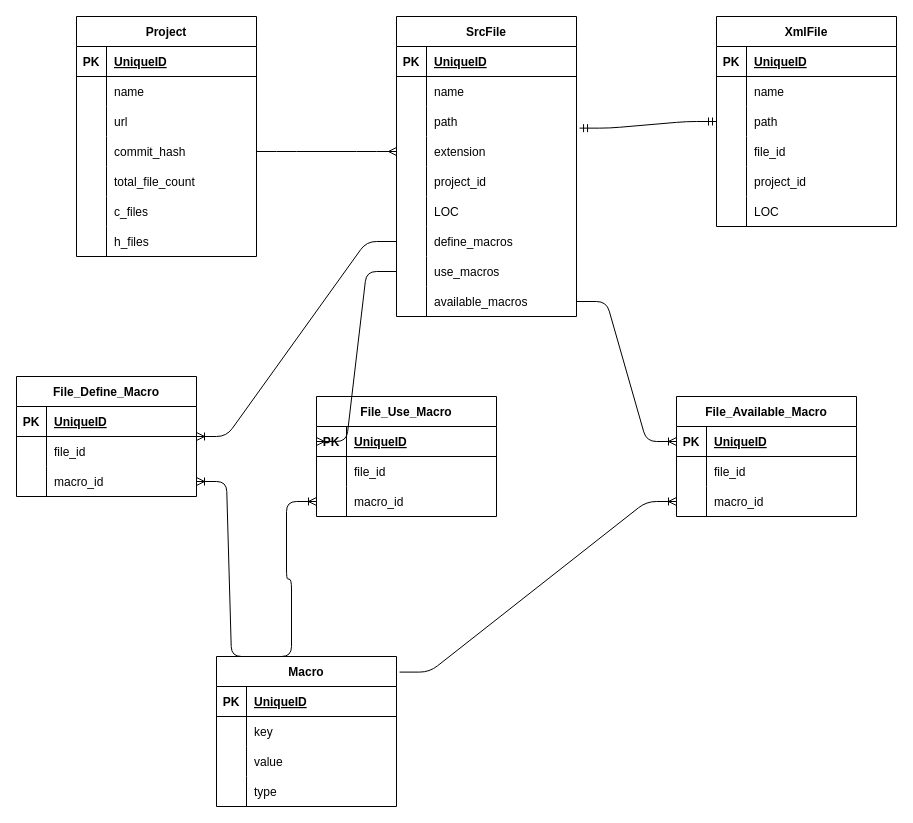
Above: table.drawio in tamofplease/c_macro_variable_analysis (draw.io), before the change. Source tidied: cells renumbered, new cells numbered last; positions are measured from the earlier drawing's top-left corner, leaving out a move shared by most shapes. Both pictures are drawn from the tidied source at 100%, with x=0, y=0 at pixel (16, 16).
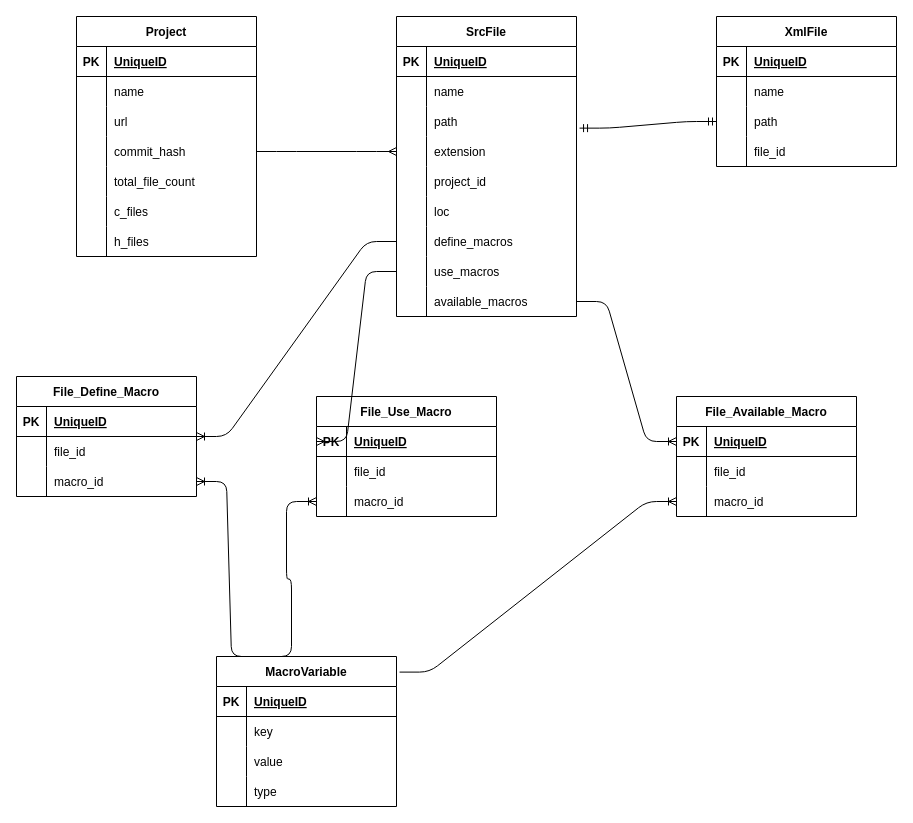
The same page after the edit.

Commit message (it also covers changes not shown here):
✨ implement seed

The change refers to these unchanged cells:
```xml
<mxCell id="40" style="shape=tableRow;horizontal=0;startSize=0;swimlaneHead=0;swimlaneBody=0;fillColor=none;top=0;left=0;right=0;bottom=0;" parent="24" vertex="1">
  <mxGeometry y="180" width="180" height="30" as="geometry" />
</mxCell>
```

What changed in the source:
```diff
@@
-    <mxCell id="42" value="LOC" style="shape=partialRectangle;fillColor=none;top=0;left=0;bottom=0;right=0;align=left;spacingLeft=6;overflow=hidden;" parent="40" vertex="1">
+    <mxCell id="42" value="loc" style="shape=partialRectangle;fillColor=none;top=0;left=0;bottom=0;right=0;align=left;spacingLeft=6;overflow=hidden;" parent="40" vertex="1">
       <mxGeometry x="30" width="150" height="30" as="geometry" />
     </mxCell>
@@
     <mxCell id="53" value="XmlFile" style="shape=table;startSize=30;childLayout=tableLayout;rowLines=0;fontStyle=1;align=center;" parent="1" vertex="1">
-      <mxGeometry x="700" width="180" height="210" as="geometry" />
+      <mxGeometry x="700" width="180" height="150" as="geometry" />
     </mxCell>
@@
-    <mxCell id="66" style="shape=tableRow;horizontal=0;startSize=0;swimlaneHead=0;swimlaneBody=0;fillColor=none;top=0;left=0;right=0;bottom=0;" parent="53" vertex="1">
-      <mxGeometry y="150" width="180" height="30" as="geometry" />
-    </mxCell>
-    <mxCell id="67" style="shape=partialRectangle;fillColor=none;top=0;left=0;bottom=0;right=0;overflow=hidden;" parent="66" vertex="1">
-      <mxGeometry width="30" height="30" as="geometry" />
-    </mxCell>
-    <mxCell id="68" value="project_id" style="shape=partialRectangle;fillColor=none;top=0;left=0;bottom=0;right=0;align=left;spacingLeft=6;overflow=hidden;" parent="66" vertex="1">
-      <mxGeometry x="30" width="150" height="30" as="geometry" />
-    </mxCell>
-    <mxCell id="69" style="shape=tableRow;horizontal=0;startSize=0;swimlaneHead=0;swimlaneBody=0;fillColor=none;top=0;left=0;right=0;bottom=0;" parent="53" vertex="1">
-      <mxGeometry y="180" width="180" height="30" as="geometry" />
-    </mxCell>
-    <mxCell id="70" style="shape=partialRectangle;fillColor=none;top=0;left=0;bottom=0;right=0;overflow=hidden;" parent="69" vertex="1">
-      <mxGeometry width="30" height="30" as="geometry" />
-    </mxCell>
-    <mxCell id="71" value="LOC" style="shape=partialRectangle;fillColor=none;top=0;left=0;bottom=0;right=0;align=left;spacingLeft=6;overflow=hidden;" parent="69" vertex="1">
-      <mxGeometry x="30" width="150" height="30" as="geometry" />
-    </mxCell>
@@
-    <mxCell id="73" value="Macro" style="shape=table;startSize=30;childLayout=tableLayout;rowLines=0;fontStyle=1;align=center;" parent="1" vertex="1">
+    <mxCell id="73" value="MacroVariable" style="shape=table;startSize=30;childLayout=tableLayout;rowLines=0;fontStyle=1;align=center;" parent="1" vertex="1">
       <mxGeometry x="200" y="640" width="180" height="150" as="geometry" />
     </mxCell>
```
